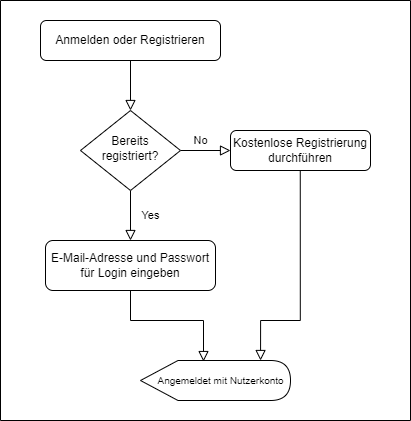
hatta137/sunshineparks keeps this draw.io diagram as SuPa/assets/documentation/FlowCharts/Login_Registration.drawio.png. Above is the earlier version. Source tidied: cells renumbered, new cells last; positions are measured from the earlier drawing's top-left corner, leaving out a move shared by most shapes.
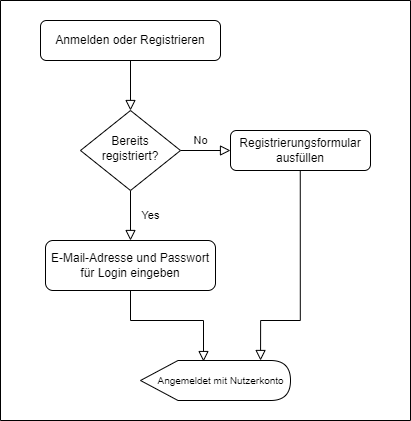
The same diagram one commit later.

What changed in the source:
```diff
@@ -17,7 +17,7 @@
     <mxCell id="6" value="Bereits registriert?" style="rhombus;whiteSpace=wrap;html=1;shadow=0;fontFamily=Helvetica;fontSize=12;align=center;strokeWidth=1;spacing=6;spacingTop=-4;" parent="1" vertex="1">
       <mxGeometry x="80" y="110" width="100" height="80" as="geometry" />
     </mxCell>
-    <mxCell id="7" value="Kostenlose Registrierung&lt;br&gt;durchführen" style="rounded=1;whiteSpace=wrap;html=1;fontSize=12;glass=0;strokeWidth=1;shadow=0;" parent="1" vertex="1">
+    <mxCell id="7" value="Registrierungsformular&lt;br&gt;ausfüllen" style="rounded=1;whiteSpace=wrap;html=1;fontSize=12;glass=0;strokeWidth=1;shadow=0;" parent="1" vertex="1">
       <mxGeometry x="230" y="130" width="140" height="40" as="geometry" />
     </mxCell>
     <mxCell id="8" style="edgeStyle=orthogonalEdgeStyle;rounded=0;jettySize=auto;html=1;entryX=0.42;entryY=0.026;entryDx=0;entryDy=0;entryPerimeter=0;fontSize=10;endArrow=block;endFill=0;endSize=8;" parent="1" edge="1" source="9" target="12">
```
